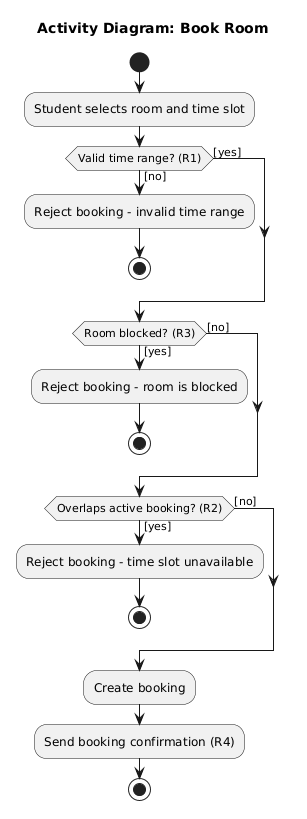
impflaus/se-practice keeps this PlantUML diagram as week-04/models/img/activity.png. Above is the earlier version. Its source is kept beside it as week-04/models/activity.puml. Source of this version:
```plantuml
@startuml
title Activity Diagram: Book Room

start

:Student selects room and time slot;

if (Valid time range? (R1)) then ([yes])
else ([no])
  :Reject booking - invalid time range;
  stop
endif

if (Room blocked? (R3)) then ([yes])
  :Reject booking - room is blocked;
  stop
else ([no])
endif

if (Overlaps active booking? (R2)) then ([yes])
  :Reject booking - time slot unavailable;
  stop
else ([no])
endif

:Create booking;
:Send booking confirmation (R4);

stop


@enduml
```
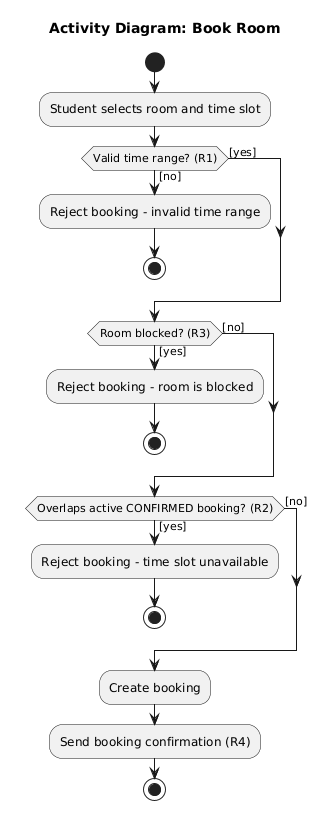
The same file after the commit.

Diff of the diagram source:
```diff
@@ -17,7 +17,7 @@
 else ([no])
 endif
 
-if (Overlaps active booking? (R2)) then ([yes])
+if (Overlaps active CONFIRMED booking? (R2)) then ([yes])
   :Reject booking - time slot unavailable;
   stop
 else ([no])
```
